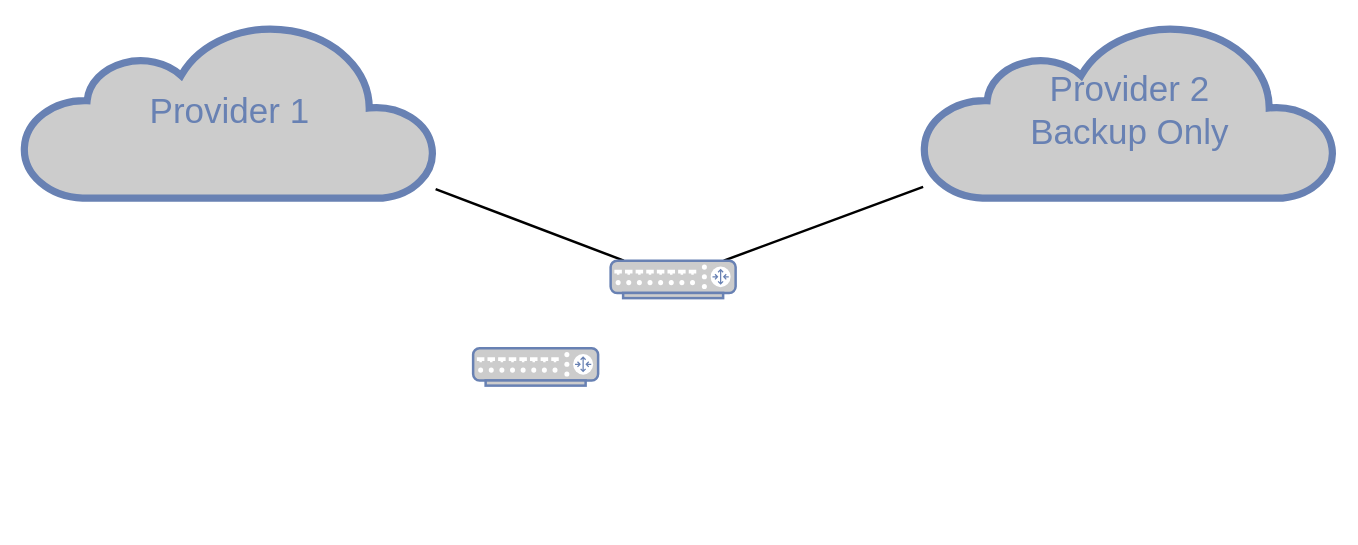
brodmyre/Network keeps this draw.io diagram as Untitled Diagram.drawio. Above is the earlier version. Source tidied: cells renumbered, new cells numbered last; positions are measured from the earlier drawing's top-left corner, leaving out a move shared by most shapes. Both pictures are drawn from the tidied source at 125%, with x=0, y=0 at pixel (22, 22).
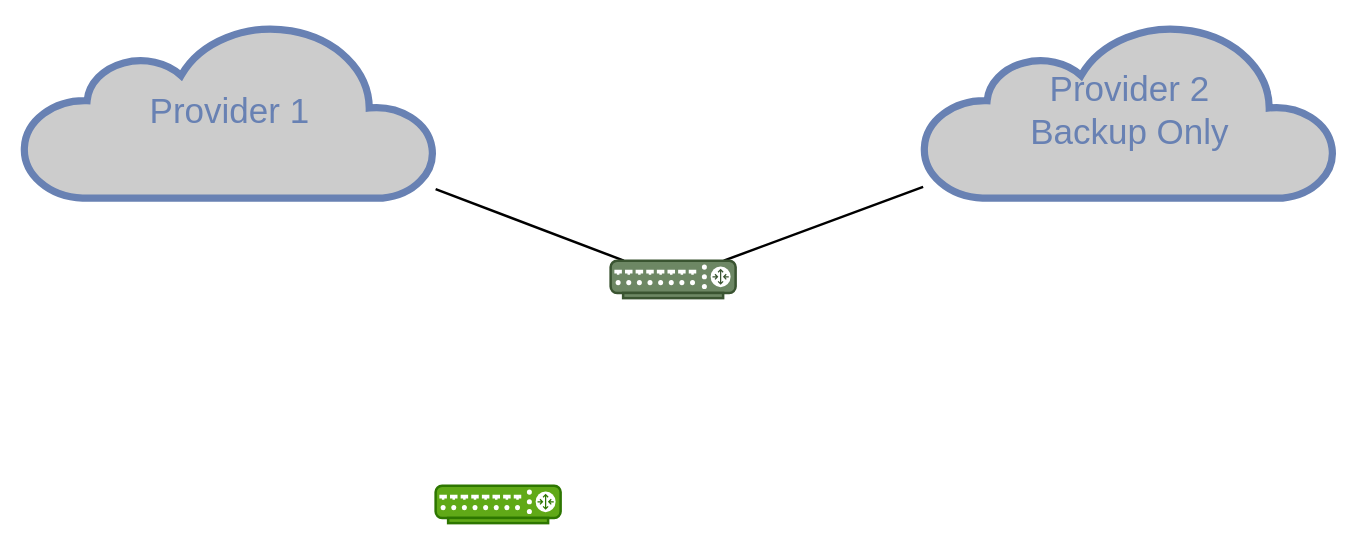
The same page after the edit.

The edit, as a diff of the source:
```diff
@@
 <mxGraphModel>
   <root>
     <mxCell id="0" />
     <mxCell id="1" parent="0" />
     <mxCell id="2" value="Provider 1" style="html=1;fillColor=#CCCCCC;strokeColor=#6881B3;gradientColor=none;gradientDirection=north;strokeWidth=2;shape=mxgraph.networks.cloud;fontColor=#6881B3;rounded=0;shadow=0;comic=0;align=center;fontSize=28;" parent="1" vertex="1">
       <mxGeometry width="330" height="140" as="geometry" />
     </mxCell>
     <mxCell id="3" style="edgeStyle=none;html=1;labelBackgroundColor=none;endArrow=none;endFill=0;strokeWidth=2;fontFamily=Verdana;fontSize=28;fontColor=#6881B3;" parent="1" edge="1" source="5" target="2">
       <mxGeometry relative="1" as="geometry" />
     </mxCell>
     <mxCell id="4" style="edgeStyle=none;html=1;labelBackgroundColor=none;endArrow=none;endFill=0;strokeWidth=2;fontFamily=Verdana;fontSize=28;fontColor=#6881B3;" parent="1" edge="1" source="5" target="6">
       <mxGeometry relative="1" as="geometry" />
     </mxCell>
-    <mxCell id="5" style="fontColor=#0066CC;verticalAlign=top;verticalLabelPosition=bottom;labelPosition=center;align=center;html=1;fillColor=#CCCCCC;strokeColor=#6881B3;gradientColor=none;gradientDirection=north;strokeWidth=2;shape=mxgraph.networks.router;rounded=0;shadow=0;comic=0;" parent="1" vertex="1">
+    <mxCell id="5" style="verticalAlign=top;verticalLabelPosition=bottom;labelPosition=center;align=center;html=1;fillColor=#6d8764;strokeColor=#3A5431;gradientDirection=north;strokeWidth=2;shape=mxgraph.networks.router;rounded=0;shadow=0;comic=0;fontColor=#ffffff;" parent="1" vertex="1">
       <mxGeometry x="470" y="190" width="100" height="30" as="geometry" />
     </mxCell>
     <mxCell id="6" value="&lt;div&gt;Provider 2&lt;/div&gt;&lt;div&gt;Backup Only&lt;/div&gt;" style="html=1;fillColor=#CCCCCC;strokeColor=#6881B3;gradientColor=none;gradientDirection=north;strokeWidth=2;shape=mxgraph.networks.cloud;fontColor=#6881B3;rounded=0;shadow=0;comic=0;align=center;fontSize=28;" parent="1" vertex="1">
       <mxGeometry x="720" width="330" height="140" as="geometry" />
     </mxCell>
-    <mxCell id="7" style="fontColor=#0066CC;verticalAlign=top;verticalLabelPosition=bottom;labelPosition=center;align=center;html=1;fillColor=#CCCCCC;strokeColor=#6881B3;gradientColor=none;gradientDirection=north;strokeWidth=2;shape=mxgraph.networks.router;rounded=0;shadow=0;comic=0;" parent="1" vertex="1">
-      <mxGeometry x="360" y="260" width="100" height="30" as="geometry" />
+    <mxCell id="7" style="fontColor=#ffffff;verticalAlign=top;verticalLabelPosition=bottom;labelPosition=center;align=center;html=1;fillColor=#60a917;strokeColor=#2D7600;gradientDirection=north;strokeWidth=2;shape=mxgraph.networks.router;rounded=0;shadow=0;comic=0;" parent="1" vertex="1">
+      <mxGeometry x="330" y="370" width="100" height="30" as="geometry" />
     </mxCell>
   </root>
 </mxGraphModel>
```
